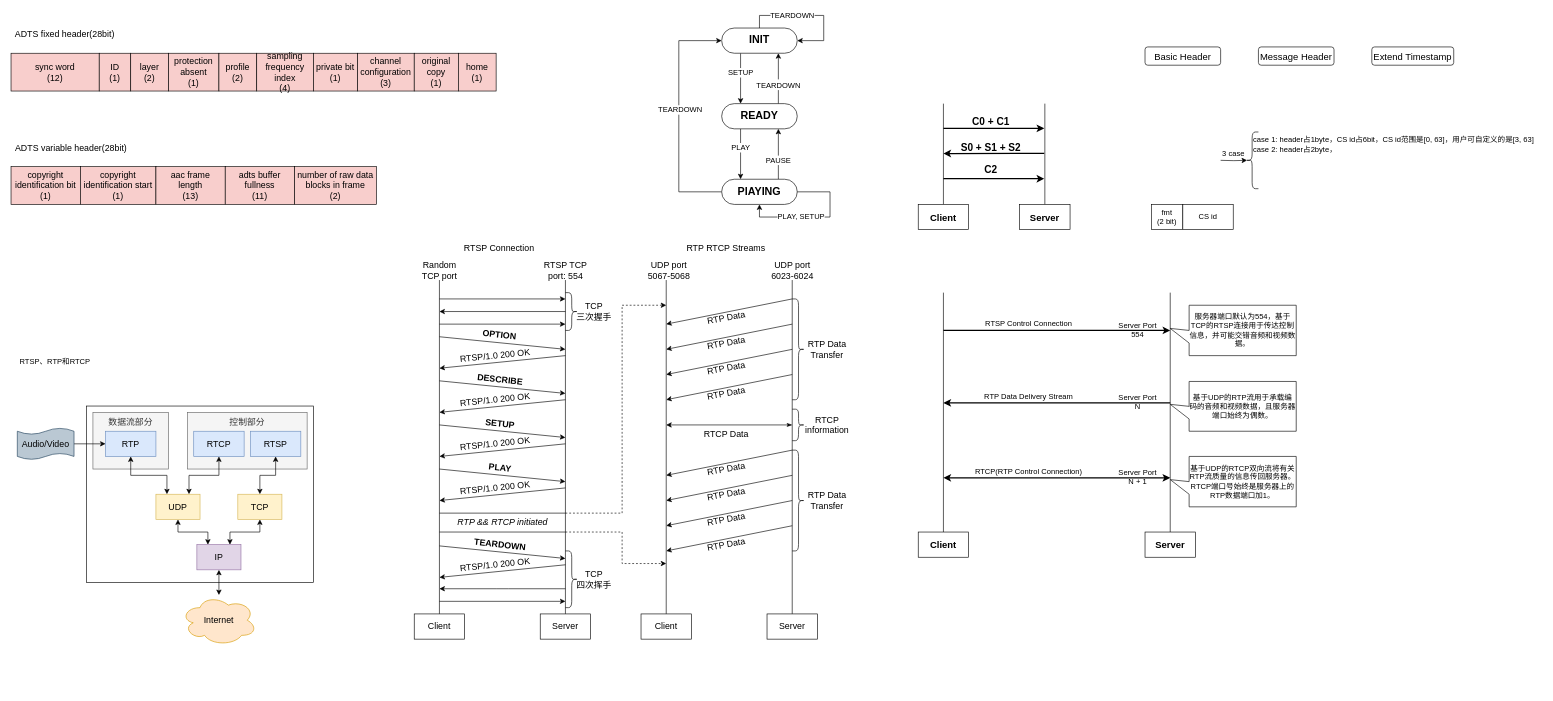
Above: drawSomething_2.drawio in Ritchie-Lin/items (draw.io), before the change. Source tidied: cells renumbered, new cells numbered last; positions are measured from the earlier drawing's top-left corner, leaving out a move shared by most shapes. Both pictures are drawn from the tidied source at 63%, with x=0, y=0 at pixel (11, 15).
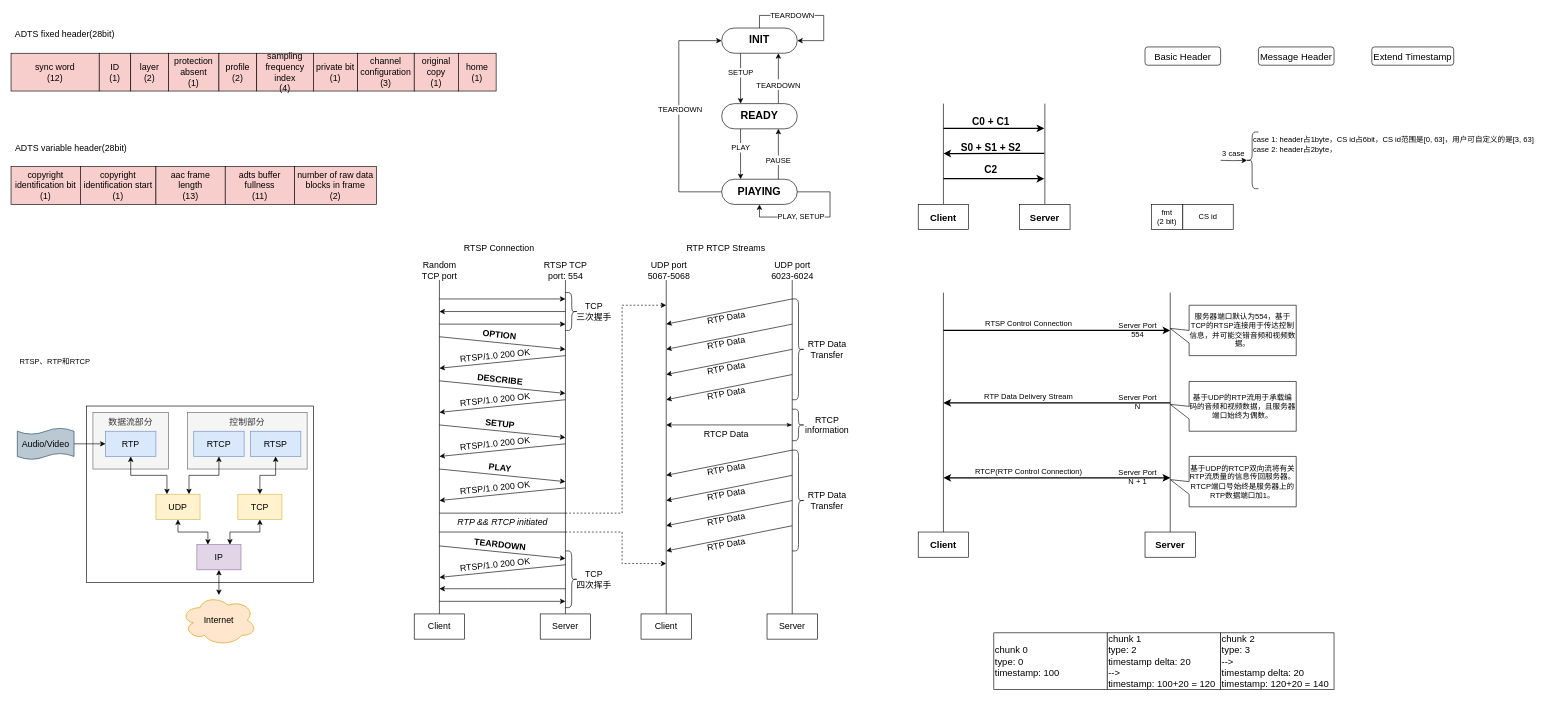
The same diagram, later.

What changed in the source:
```diff
@@
+    <mxCell id="157" value="&lt;font style=&quot;font-size: 15px&quot;&gt;chunk 0&lt;br&gt;type: 0&lt;br&gt;&lt;/font&gt;&lt;div style=&quot;font-size: 15px&quot;&gt;&lt;font style=&quot;font-size: 15px&quot;&gt;timestamp: 100&lt;/font&gt;&lt;/div&gt;" style="rounded=0;whiteSpace=wrap;html=1;align=left;horizontal=1;verticalAlign=middle;" parent="1" vertex="1">
+      <mxGeometry x="1560" y="980" width="180" height="90" as="geometry" />
+    </mxCell>
+    <mxCell id="158" value="&lt;font style=&quot;font-size: 15px&quot;&gt;chunk 1&lt;br&gt;type: 2&lt;br&gt;timestamp delta: 20&lt;br&gt;&lt;span&gt;--&amp;gt;&lt;br&gt;timestamp: 100+20 = 120&lt;/span&gt;&lt;br&gt;&lt;/font&gt;" style="rounded=0;whiteSpace=wrap;html=1;align=left;horizontal=1;verticalAlign=middle;" parent="1" vertex="1">
+      <mxGeometry x="1740" y="980" width="180" height="90" as="geometry" />
+    </mxCell>
+    <mxCell id="159" value="&lt;font style=&quot;font-size: 15px&quot;&gt;chunk 2&lt;br&gt;type: 3&lt;br&gt;--&amp;gt;&lt;br&gt;timestamp delta: 20&lt;br&gt;&lt;/font&gt;&lt;div style=&quot;font-size: 15px&quot;&gt;&lt;font style=&quot;font-size: 15px&quot;&gt;timestamp: 120+20 = 140&lt;/font&gt;&lt;/div&gt;" style="rounded=0;whiteSpace=wrap;html=1;align=left;horizontal=1;verticalAlign=middle;" parent="1" vertex="1">
+      <mxGeometry x="1920" y="980" width="180" height="90" as="geometry" />
+    </mxCell>
```
